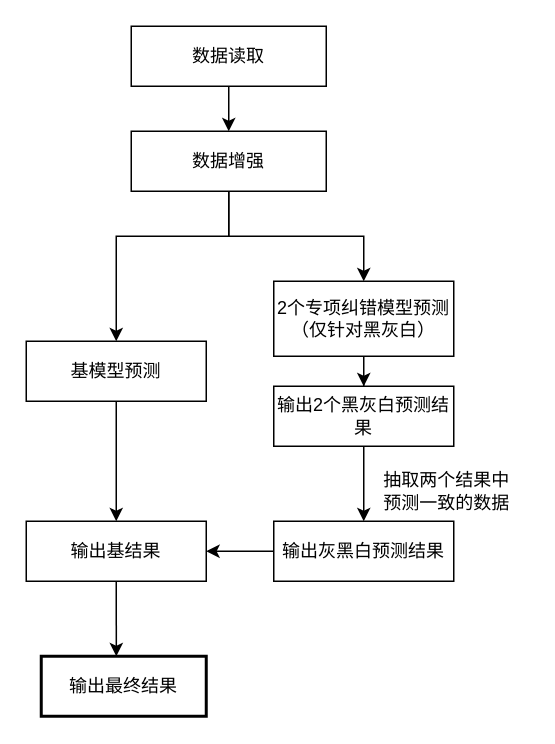
Earlier version of the draw.io diagram 模型组成.drawio (jiangyuanyuan1/invention). Source tidied: cells renumbered, new cells numbered last; positions are measured from the earlier drawing's top-left corner, leaving out a move shared by most shapes. Both pictures are drawn from the tidied source at 150%, with x=0, y=0 at pixel (26, 26).
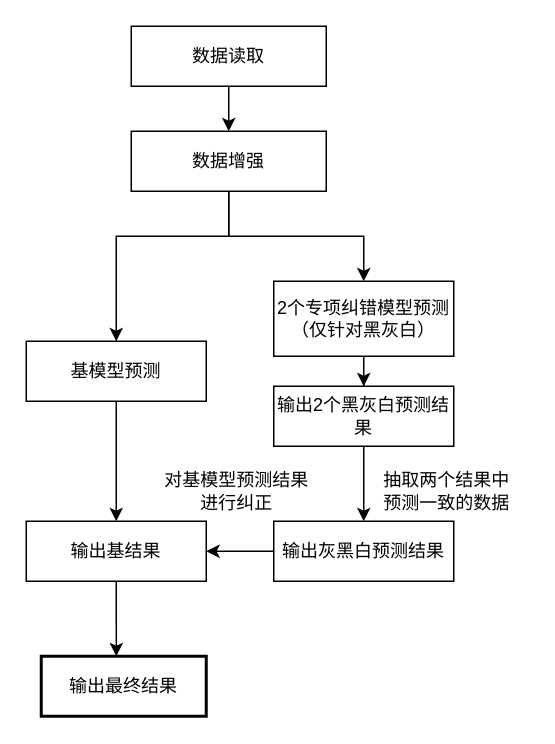
The same page after the edit.

Commit message:
更新模型组成.drawio

Change to the diagram source:
```diff
@@
+    <mxCell id="19" value="对基模型预测结果&lt;br&gt;进行纠正" style="text;html=1;align=center;verticalAlign=middle;strokeColor=none;fillColor=none;" parent="1" vertex="1">
+      <mxGeometry x="80" y="290" width="120" height="40" as="geometry" />
+    </mxCell>
```
